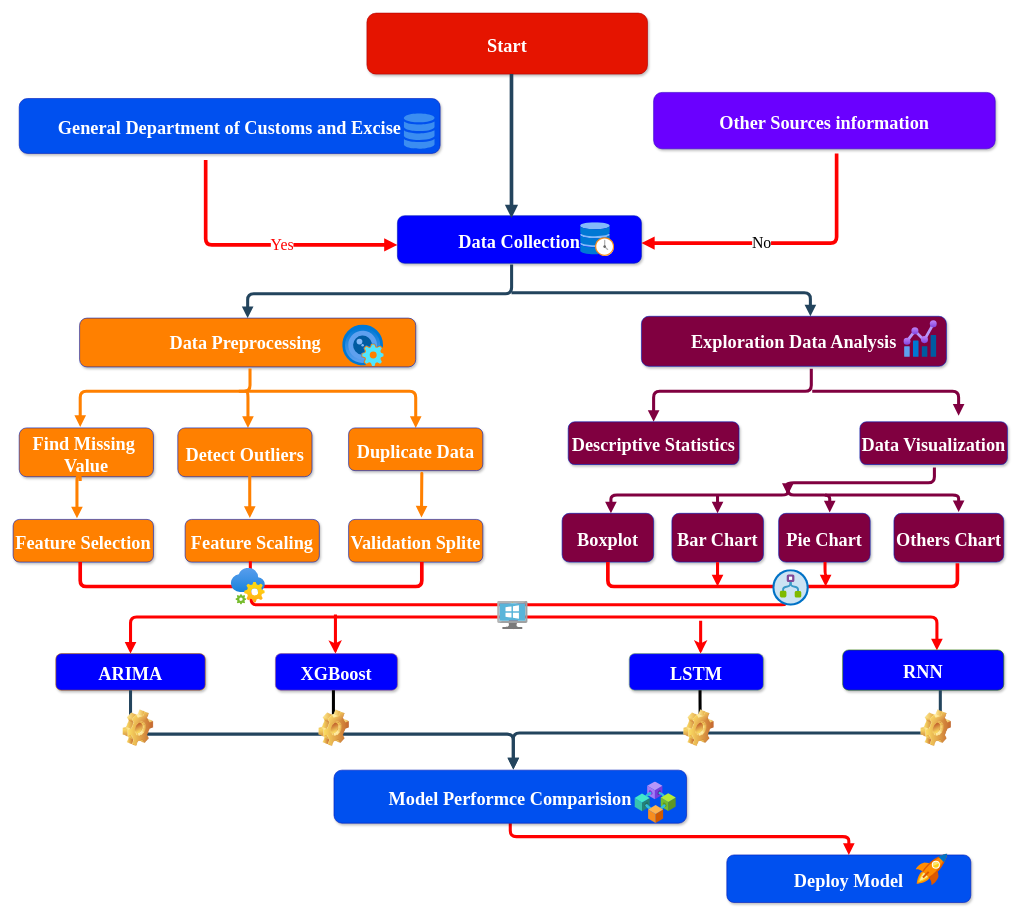
This is page "ChartFlow" (1 of 3) of Untitled Diagram.drawio from Danut168/Advertistiing-Bugdet-and-Sales, a draw.io file, before an edit. Source tidied: cells renumbered, new cells numbered last; positions are measured from the earlier drawing's top-left corner, leaving out a move shared by most shapes. Both pictures are drawn from the tidied source at 61%, with x=0, y=0 at pixel (13, 13).
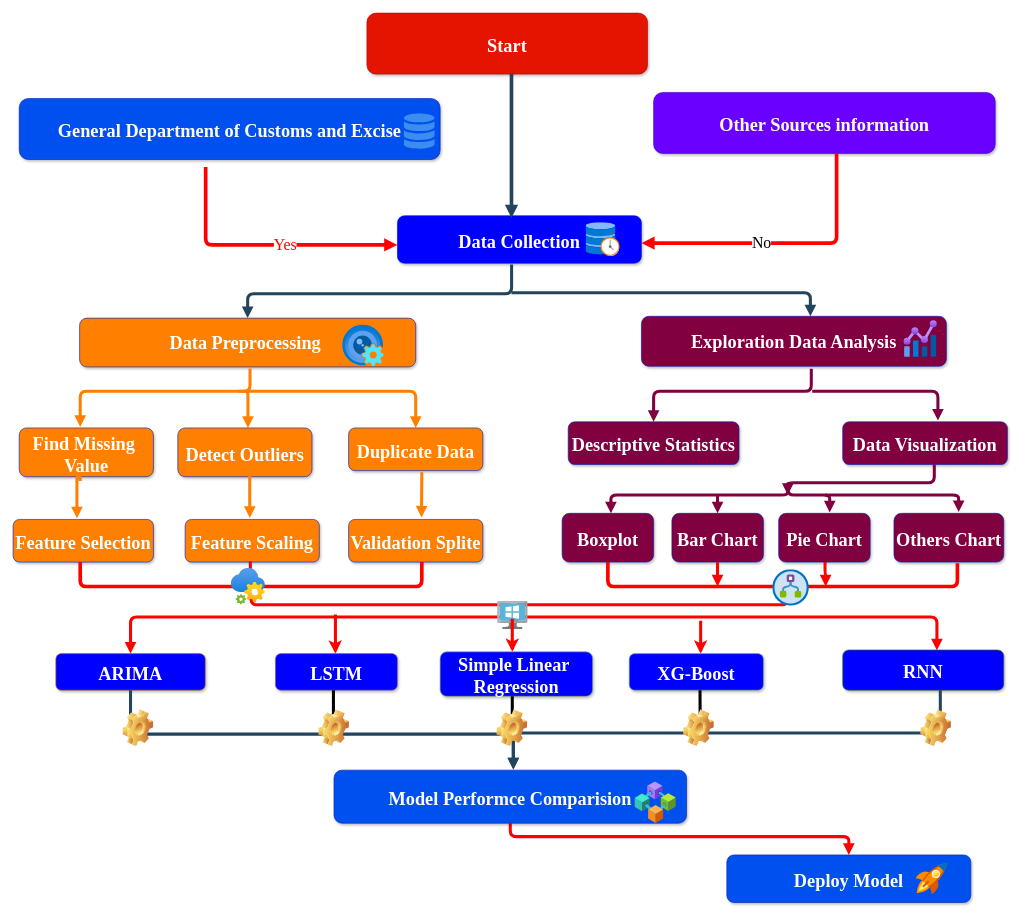
The same diagram, later.

Change to the diagram source:
```diff
@@
     <mxCell id="2" value="General Department of Customs and Excise" style="rounded=1;fillColor=#0050ef;strokeColor=#001DBC;shadow=1;fontStyle=1;fontColor=#ffffff;fontSize=30;fontFamily=Times New Roman;" parent="1" vertex="1">
-      <mxGeometry x="10" y="140" width="690" height="90" as="geometry" />
+      <mxGeometry x="10" y="140" width="690" height="100" as="geometry" />
     </mxCell>
@@
     <mxCell id="8" value="Other Sources information" style="rounded=1;fillColor=#6a00ff;strokeColor=#3700CC;shadow=1;fontStyle=1;fontColor=#ffffff;fontSize=30;fontFamily=Times New Roman;" parent="1" vertex="1">
-      <mxGeometry x="1050" y="130" width="560" height="92.5" as="geometry" />
+      <mxGeometry x="1050" y="130" width="560" height="100" as="geometry" />
     </mxCell>
@@
-    <mxCell id="17" value="XGBoost" style="rounded=1;fillColor=#0000ff;strokeColor=#996185;shadow=1;gradientColor=none;fontStyle=1;fontSize=30;fontFamily=Times New Roman;fontColor=#ffffff;" parent="1" vertex="1">
+    <mxCell id="17" value="LSTM" style="rounded=1;fillColor=#0000ff;strokeColor=#996185;shadow=1;gradientColor=none;fontStyle=1;fontSize=30;fontFamily=Times New Roman;fontColor=#ffffff;" parent="1" vertex="1">
       <mxGeometry x="430" y="1050" width="200" height="60" as="geometry" />
     </mxCell>
-    <mxCell id="18" value="LSTM" style="rounded=1;fillColor=#0000ff;strokeColor=#82b366;shadow=1;gradientColor=none;fontStyle=1;fontSize=30;fontFamily=Times New Roman;fontColor=#ffffff;" parent="1" vertex="1">
+    <mxCell id="18" value="XG-Boost" style="rounded=1;fillColor=#0000ff;strokeColor=#82b366;shadow=1;gradientColor=none;fontStyle=1;fontSize=30;fontFamily=Times New Roman;fontColor=#ffffff;" parent="1" vertex="1">
       <mxGeometry x="1010" y="1050" width="220" height="60" as="geometry" />
     </mxCell>
@@
     <mxCell id="29" style="image;html=1;align=center;fontSize=12;image=img/lib/azure2/other/Defender_Historian.svg;" parent="1" vertex="1">
-      <mxGeometry x="930" y="343.5" width="55.8" height="55" as="geometry" />
+      <mxGeometry x="939" y="343.5" width="55.8" height="55" as="geometry" />
     </mxCell>
@@
-    <mxCell id="55" style="edgeStyle=elbowEdgeStyle;elbow=vertical;strokeWidth=5;endArrow=block;endFill=1;fontStyle=1;strokeColor=#800040;flowAnimation=1;" parent="1" edge="1">
+    <mxCell id="55" style="edgeStyle=elbowEdgeStyle;elbow=vertical;strokeWidth=5;endArrow=block;endFill=1;fontStyle=1;strokeColor=#800040;flowAnimation=1;entryX=0.578;entryY=-0.029;entryDx=0;entryDy=0;entryPerimeter=0;" parent="1" edge="1" target="56">
       <mxGeometry x="22" y="165.5" as="geometry">
         <mxPoint x="1310" y="620" as="sourcePoint" />
-        <mxPoint x="1550" y="660" as="targetPoint" />
         <Array as="points">
           <mxPoint x="1390" y="620" />
         </Array>
       </mxGeometry>
     </mxCell>
     <mxCell id="56" value="Data Visualization" style="rounded=1;fillColor=#800040;strokeColor=#001DBC;shadow=1;fontStyle=1;fontColor=#ffffff;fontSize=30;fontFamily=Times New Roman;" parent="1" vertex="1">
-      <mxGeometry x="1388.2" y="670" width="241.8" height="70" as="geometry" />
+      <mxGeometry x="1360" y="670" width="270" height="70" as="geometry" />
     </mxCell>
@@
-    <mxCell id="64" style="edgeStyle=elbowEdgeStyle;elbow=vertical;strokeWidth=5;endArrow=block;endFill=1;fontStyle=1;strokeColor=#800040;flowAnimation=1;exitX=0.505;exitY=1.07;exitDx=0;exitDy=0;exitPerimeter=0;" parent="1" edge="1" source="56">
+    <mxCell id="64" style="edgeStyle=elbowEdgeStyle;elbow=vertical;strokeWidth=5;endArrow=block;endFill=1;fontStyle=1;strokeColor=#800040;flowAnimation=1;exitX=0.556;exitY=1;exitDx=0;exitDy=0;exitPerimeter=0;" parent="1" edge="1" source="56">
       <mxGeometry x="22" y="165.5" as="geometry">
         <mxPoint x="1270" y="790" as="targetPoint" />
         <Array as="points">
           <mxPoint x="1390" y="770" />
         </Array>
       </mxGeometry>
     </mxCell>
@@
     <mxCell id="74" style="image;sketch=0;html=1;align=center;fontSize=12;image=img/lib/mscae/Quick_Start_Center.svg;" parent="1" vertex="1">
-      <mxGeometry x="1480" y="1378" width="52" height="52" as="geometry" />
+      <mxGeometry x="1480" y="1393" width="52" height="52" as="geometry" />
     </mxCell>
@@
+    <mxCell id="78" value="Simple Linear &#10;Regression" style="rounded=1;fillColor=#0000ff;strokeColor=#82b366;shadow=1;gradientColor=none;fontStyle=1;fontSize=30;fontFamily=Times New Roman;fontColor=#ffffff;" parent="1" vertex="1">
+      <mxGeometry x="700" y="1047" width="250" height="73" as="geometry" />
+    </mxCell>
+    <mxCell id="79" style="edgeStyle=orthogonalEdgeStyle;rounded=0;orthogonalLoop=1;jettySize=auto;html=1;strokeWidth=5;flowAnimation=1;strokeColor=#ff0000;" parent="1" edge="1">
+      <mxGeometry relative="1" as="geometry">
+        <mxPoint x="818.3" y="993" as="sourcePoint" />
+        <mxPoint x="818.3" y="1047" as="targetPoint" />
+        <Array as="points">
+          <mxPoint x="818.3" y="1043" />
+          <mxPoint x="818.3" y="1043" />
+        </Array>
+      </mxGeometry>
+    </mxCell>
+    <mxCell id="80" style="edgeStyle=orthogonalEdgeStyle;rounded=0;orthogonalLoop=1;jettySize=auto;html=1;strokeWidth=5;flowAnimation=1;" parent="1" edge="1">
+      <mxGeometry relative="1" as="geometry">
+        <mxPoint x="818.3" y="1120" as="sourcePoint" />
+        <mxPoint x="818.5" y="1184" as="targetPoint" />
+        <Array as="points">
+          <mxPoint x="818.5" y="1134" />
+          <mxPoint x="818.5" y="1134" />
+        </Array>
+      </mxGeometry>
+    </mxCell>
+    <mxCell id="81" style="shape=image;html=1;verticalLabelPosition=bottom;verticalAlign=top;imageAspect=0;image=img/clipart/Gear_128x128.png;sketch=1;hachureGap=4;jiggle=2;curveFitting=1;fontFamily=Architects Daughter;" parent="1" vertex="1">
+      <mxGeometry x="793" y="1142" width="50" height="60" as="geometry" />
+    </mxCell>
```
